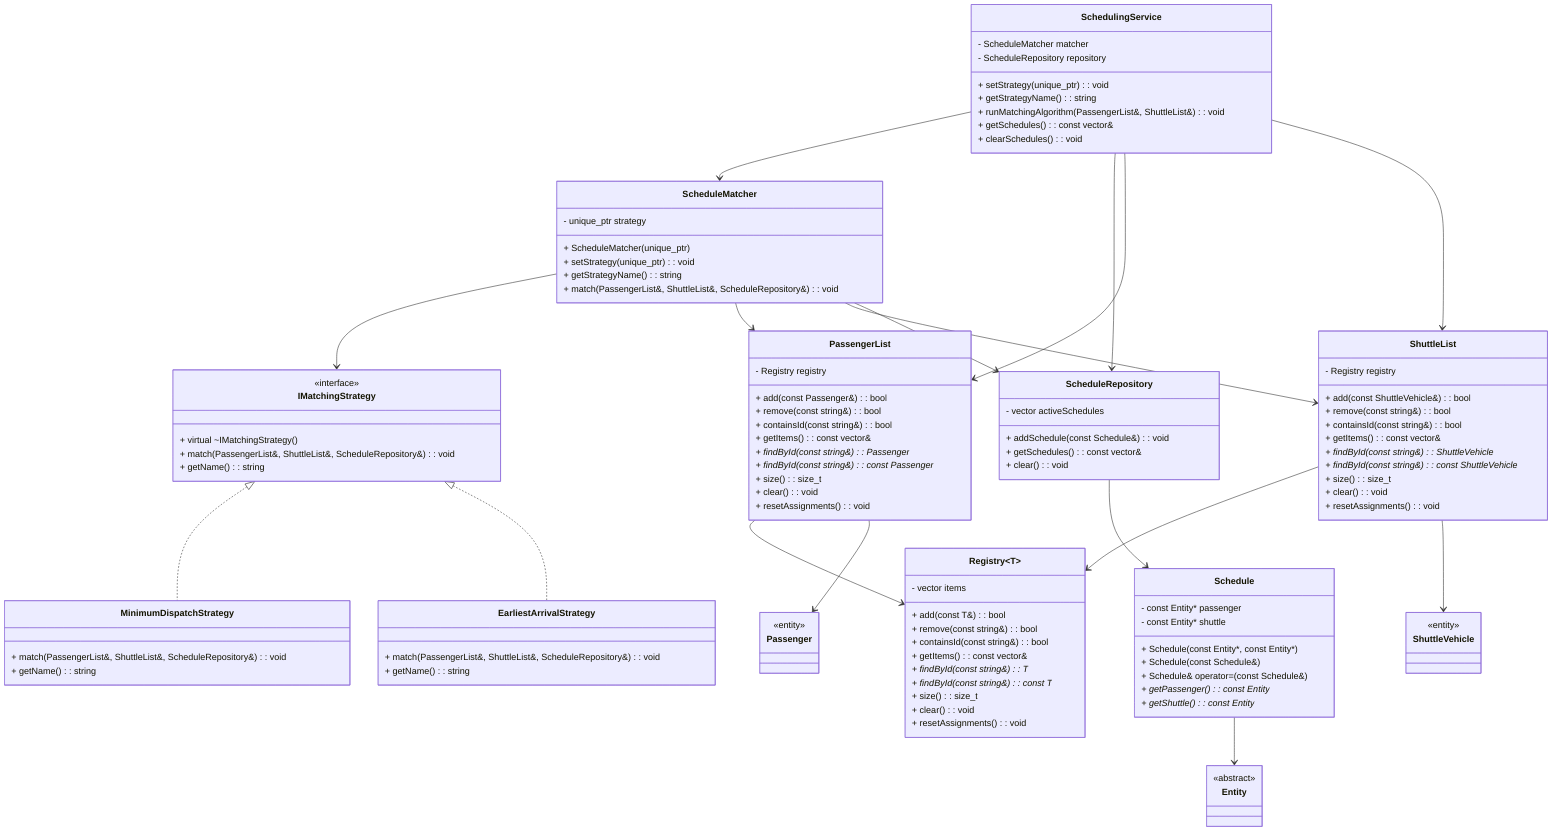
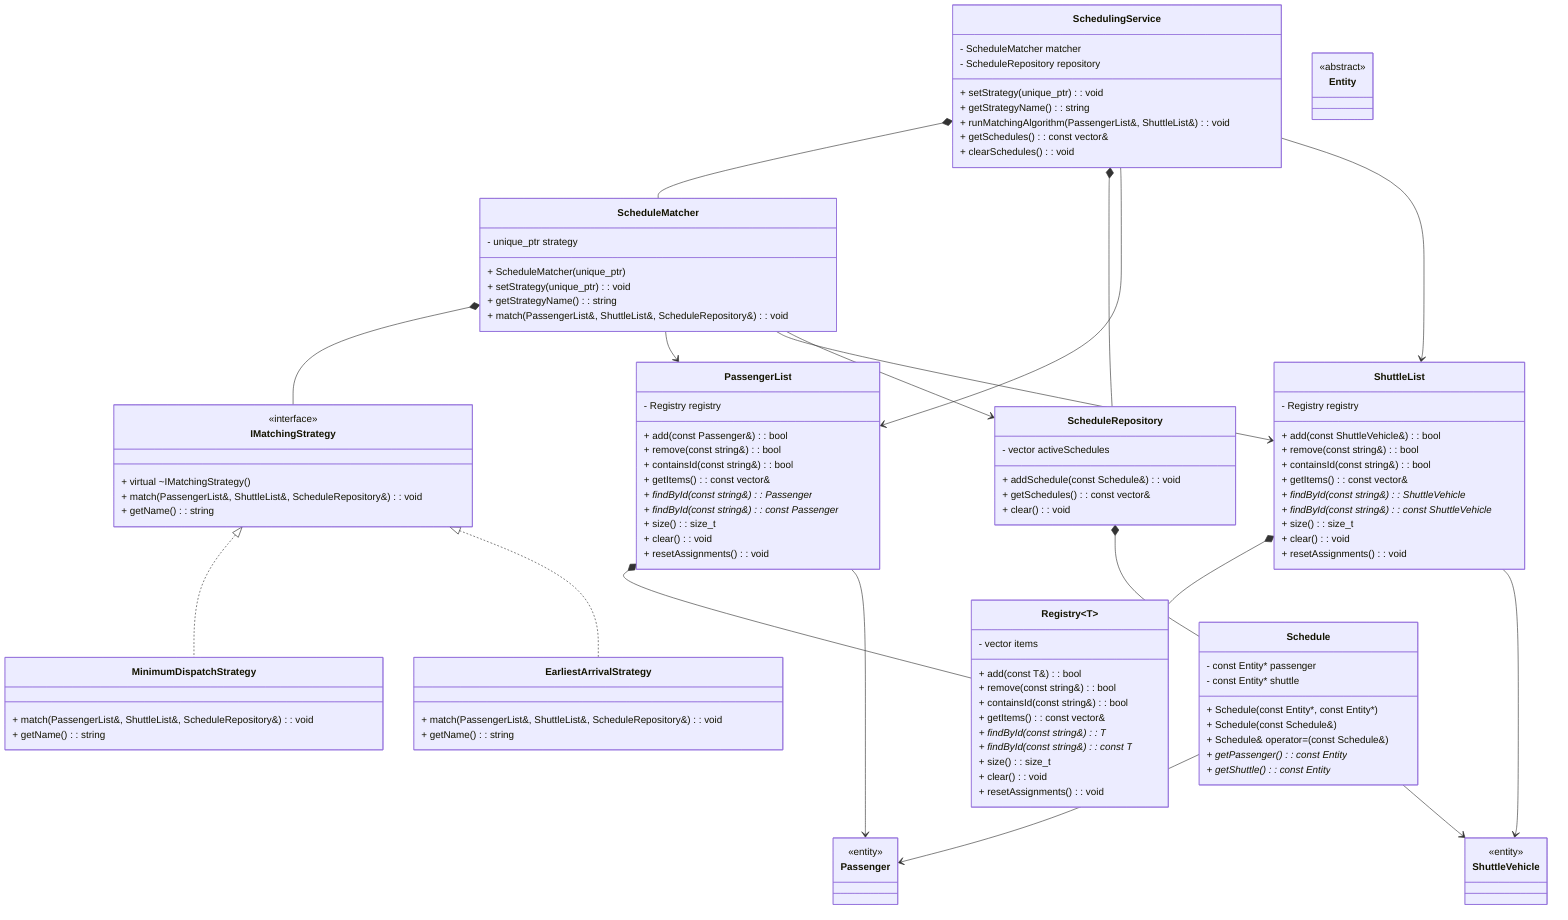
classDiagram
    direction TB

    class Registry~T~ {
        - vector<T> items
        + add(const T&): bool
        + remove(const string&): bool
        + containsId(const string&): bool
        + getItems(): const vector<T>&
        + findById(const string&): T*
        + findById(const string&): const T*
        + size(): size_t
        + clear(): void
        + resetAssignments(): void
    }

    class PassengerList {
        - Registry<Passenger> registry
        + add(const Passenger&): bool
        + remove(const string&): bool
        + containsId(const string&): bool
        + getItems(): const vector<Passenger>&
        + findById(const string&): Passenger*
        + findById(const string&): const Passenger*
        + size(): size_t
        + clear(): void
        + resetAssignments(): void
    }

    class ShuttleList {
        - Registry<ShuttleVehicle> registry
        + add(const ShuttleVehicle&): bool
        + remove(const string&): bool
        + containsId(const string&): bool
        + getItems(): const vector<ShuttleVehicle>&
        + findById(const string&): ShuttleVehicle*
        + findById(const string&): const ShuttleVehicle*
        + size(): size_t
        + clear(): void
        + resetAssignments(): void
    }

    class Schedule {
        - const Entity* passenger
        - const Entity* shuttle
        + Schedule(const Entity*, const Entity*)
        + Schedule(const Schedule&)
        + Schedule& operator=(const Schedule&)
        + getPassenger(): const Entity*
        + getShuttle(): const Entity*
    }

    class ScheduleRepository {
        - vector<Schedule> activeSchedules
        + addSchedule(const Schedule&): void
        + getSchedules(): const vector<Schedule>&
        + clear(): void
    }

    class IMatchingStrategy {
        <<interface>>
        + virtual ~IMatchingStrategy()
        + match(PassengerList&, ShuttleList&, ScheduleRepository&): void
        + getName(): string
    }

    class MinimumDispatchStrategy {
        + match(PassengerList&, ShuttleList&, ScheduleRepository&): void
        + getName(): string
    }

    class EarliestArrivalStrategy {
        + match(PassengerList&, ShuttleList&, ScheduleRepository&): void
        + getName(): string
    }

    class ScheduleMatcher {
        - unique_ptr<IMatchingStrategy> strategy
        + ScheduleMatcher(unique_ptr<IMatchingStrategy>)
        + setStrategy(unique_ptr<IMatchingStrategy>): void
        + getStrategyName(): string
        + match(PassengerList&, ShuttleList&, ScheduleRepository&): void
    }

    class SchedulingService {
        - ScheduleMatcher matcher
        - ScheduleRepository repository
        + setStrategy(unique_ptr<IMatchingStrategy>): void
        + getStrategyName(): string
        + runMatchingAlgorithm(PassengerList&, ShuttleList&): void
        + getSchedules(): const vector<Schedule>&
        + clearSchedules(): void
    }

    class Entity {
        <<abstract>>
    }

    class Passenger {
        <<entity>>
    }

    class ShuttleVehicle {
        <<entity>>
    }

-     PassengerList --> Registry
-     ShuttleList --> Registry
+     PassengerList *-- Registry~T~
+     ShuttleList *-- Registry~T~
    PassengerList --> Passenger
    ShuttleList --> ShuttleVehicle

-     Schedule --> Entity
-     ScheduleRepository --> Schedule
+     Schedule --> Passenger
+     Schedule --> ShuttleVehicle
+     ScheduleRepository *-- Schedule

    IMatchingStrategy <|.. MinimumDispatchStrategy
    IMatchingStrategy <|.. EarliestArrivalStrategy

-     ScheduleMatcher --> IMatchingStrategy
+     ScheduleMatcher *-- IMatchingStrategy
    ScheduleMatcher --> PassengerList
    ScheduleMatcher --> ShuttleList
    ScheduleMatcher --> ScheduleRepository

-     SchedulingService --> ScheduleMatcher
-     SchedulingService --> ScheduleRepository
+     SchedulingService *-- ScheduleMatcher
+     SchedulingService *-- ScheduleRepository
    SchedulingService --> PassengerList
    SchedulingService --> ShuttleList
